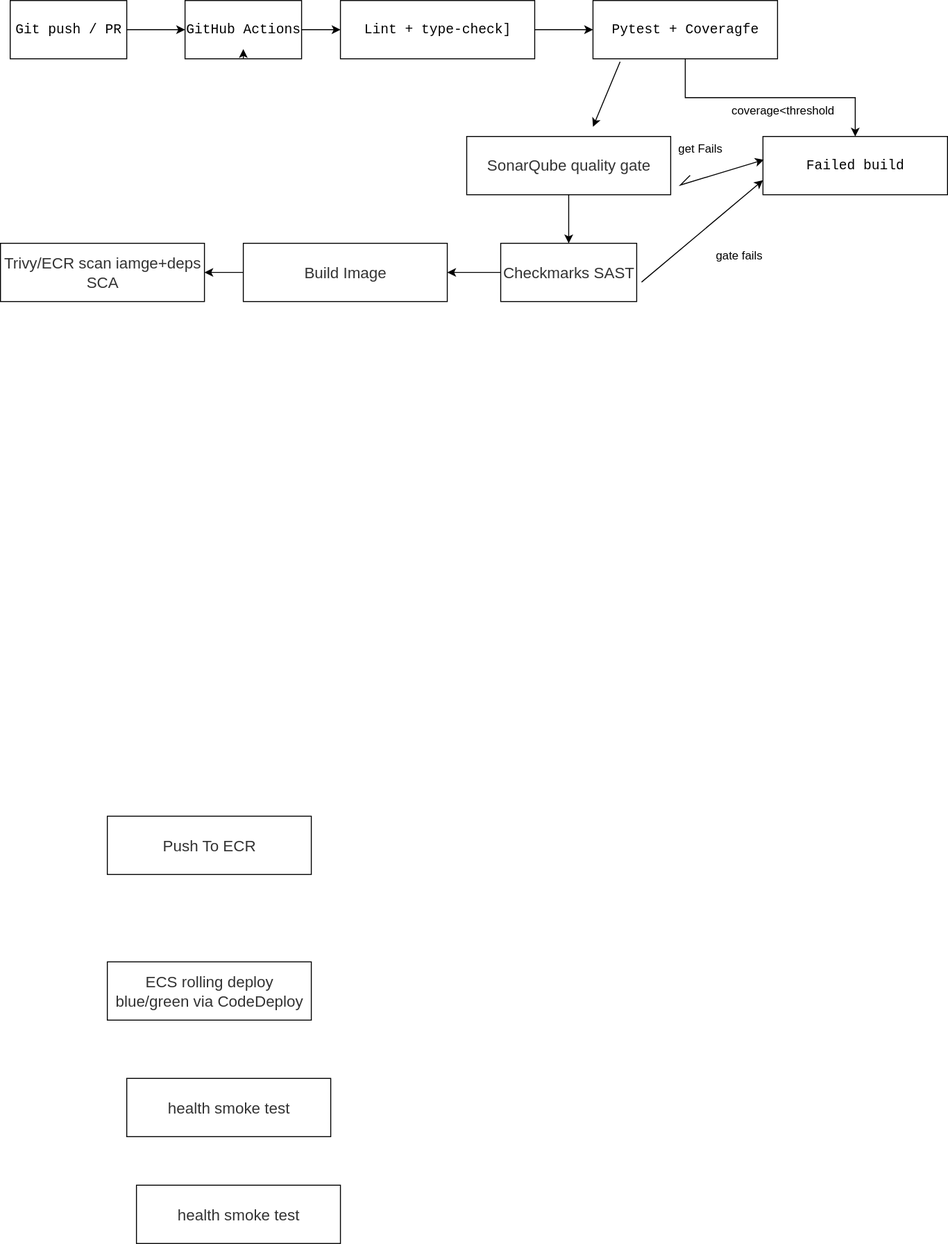
Earlier version of the draw.io export docs/images/jenkisflow.svg (pcgit-dev/financial-research-agent). Source tidied: cells renumbered, new cells last; positions are measured from the earlier drawing's top-left corner, leaving out a move shared by most shapes.
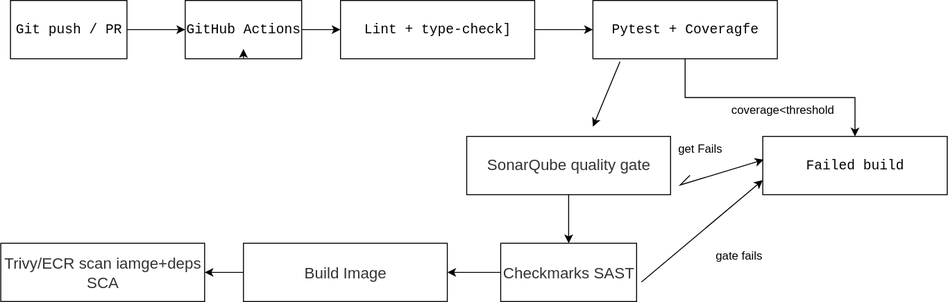
The same file after the commit.

Commit message:
Updated jenkins flow

Change to the diagram source:
```diff
@@ -50,18 +50,6 @@
     <mxCell id="17" value="&lt;font face=&quot;trebuchet ms, verdana, arial, sans-serif&quot; color=&quot;#333333&quot;&gt;&lt;span style=&quot;font-size: 16px; background-color: rgb(255, 255, 255);&quot;&gt;Trivy/ECR scan iamge+deps SCA&lt;/span&gt;&lt;/font&gt;" style="rounded=0;whiteSpace=wrap;html=1;align=center;verticalAlign=middle;fontFamily=Helvetica;fontSize=12;labelBackgroundColor=none;" parent="1" vertex="1">
       <mxGeometry y="250" width="210" height="60" as="geometry" />
     </mxCell>
-    <mxCell id="18" value="&lt;font face=&quot;trebuchet ms, verdana, arial, sans-serif&quot; color=&quot;#333333&quot;&gt;&lt;span style=&quot;font-size: 16px; background-color: rgb(255, 255, 255);&quot;&gt;Push To ECR&lt;/span&gt;&lt;/font&gt;" style="rounded=0;whiteSpace=wrap;html=1;align=center;verticalAlign=middle;fontFamily=Helvetica;fontSize=12;labelBackgroundColor=none;" parent="1" vertex="1">
-      <mxGeometry x="110" y="840" width="210" height="60" as="geometry" />
-    </mxCell>
-    <mxCell id="19" value="&lt;font face=&quot;trebuchet ms, verdana, arial, sans-serif&quot; color=&quot;#333333&quot;&gt;&lt;span style=&quot;font-size: 16px; background-color: rgb(255, 255, 255);&quot;&gt;ECS rolling deploy blue/green via CodeDeploy&lt;/span&gt;&lt;/font&gt;" style="rounded=0;whiteSpace=wrap;html=1;align=center;verticalAlign=middle;fontFamily=Helvetica;fontSize=12;labelBackgroundColor=none;" parent="1" vertex="1">
-      <mxGeometry x="110" y="990" width="210" height="60" as="geometry" />
-    </mxCell>
-    <mxCell id="20" value="&lt;font face=&quot;trebuchet ms, verdana, arial, sans-serif&quot; color=&quot;#333333&quot;&gt;&lt;span style=&quot;font-size: 16px; background-color: rgb(255, 255, 255);&quot;&gt;health smoke test&lt;/span&gt;&lt;/font&gt;" style="rounded=0;whiteSpace=wrap;html=1;align=center;verticalAlign=middle;fontFamily=Helvetica;fontSize=12;labelBackgroundColor=none;" parent="1" vertex="1">
-      <mxGeometry x="130" y="1110" width="210" height="60" as="geometry" />
-    </mxCell>
-    <mxCell id="21" value="&lt;font face=&quot;trebuchet ms, verdana, arial, sans-serif&quot; color=&quot;#333333&quot;&gt;&lt;span style=&quot;font-size: 16px; background-color: rgb(255, 255, 255);&quot;&gt;health smoke test&lt;/span&gt;&lt;/font&gt;" style="rounded=0;whiteSpace=wrap;html=1;align=center;verticalAlign=middle;fontFamily=Helvetica;fontSize=12;labelBackgroundColor=none;" parent="1" vertex="1">
-      <mxGeometry x="140" y="1220" width="210" height="60" as="geometry" />
-    </mxCell>
     <mxCell id="22" style="edgeStyle=orthogonalEdgeStyle;rounded=0;orthogonalLoop=1;jettySize=auto;html=1;exitX=0.5;exitY=1;exitDx=0;exitDy=0;fontFamily=Helvetica;fontSize=12;fontColor=#ffffff;labelBackgroundColor=none;" parent="1" edge="1" source="3" target="3">
       <mxGeometry relative="1" as="geometry" />
     </mxCell>
```
